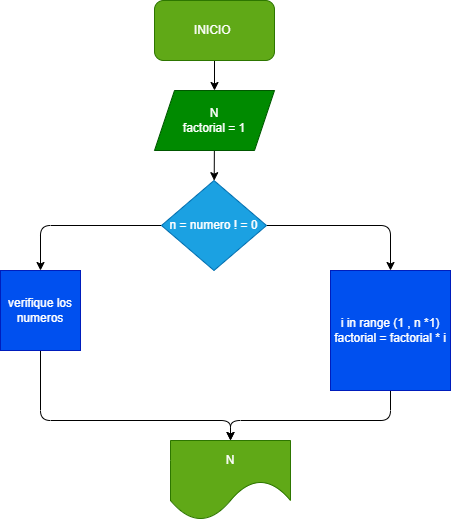
Before: INSTRUCCIONES_REPETITIVAS/Ejercicio_2/diagrama.png, a diagram exported from draw.io (JAIROACARDOZO15/Taller_1). Source tidied: cells renumbered, new cells last; positions are measured from the earlier drawing's top-left corner, leaving out a move shared by most shapes. The source it was exported from:
```xml
<mxGraphModel>
  <root>
    <mxCell id="0" />
    <mxCell id="1" parent="0" />
    <mxCell id="2" style="edgeStyle=none;html=1;" parent="1" edge="1" source="3" target="5">
      <mxGeometry relative="1" as="geometry" />
    </mxCell>
    <mxCell id="3" value="INICIO&amp;nbsp;" style="rounded=1;whiteSpace=wrap;html=1;fillColor=#60a917;fontColor=#ffffff;strokeColor=#2D7600;" parent="1" vertex="1">
      <mxGeometry x="154" width="120" height="60" as="geometry" />
    </mxCell>
    <mxCell id="4" style="edgeStyle=none;html=1;" parent="1" edge="1" source="5" target="8">
      <mxGeometry relative="1" as="geometry" />
    </mxCell>
    <mxCell id="5" value="N&lt;br&gt;factorial = 1" style="shape=parallelogram;perimeter=parallelogramPerimeter;whiteSpace=wrap;html=1;fixedSize=1;fillColor=#008a00;fontColor=#ffffff;strokeColor=#005700;" parent="1" vertex="1">
      <mxGeometry x="154" y="90" width="120" height="60" as="geometry" />
    </mxCell>
    <mxCell id="6" style="edgeStyle=none;html=1;exitX=0;exitY=0.5;exitDx=0;exitDy=0;entryX=0.5;entryY=0;entryDx=0;entryDy=0;" parent="1" edge="1" source="8">
      <mxGeometry relative="1" as="geometry">
        <mxPoint x="40" y="270" as="targetPoint" />
        <Array as="points">
          <mxPoint x="40" y="225" />
        </Array>
      </mxGeometry>
    </mxCell>
    <mxCell id="7" style="edgeStyle=none;html=1;exitX=1;exitY=0.5;exitDx=0;exitDy=0;entryX=0.5;entryY=0;entryDx=0;entryDy=0;" parent="1" edge="1" source="8" target="10">
      <mxGeometry relative="1" as="geometry">
        <Array as="points">
          <mxPoint x="390" y="225" />
        </Array>
      </mxGeometry>
    </mxCell>
    <mxCell id="8" value="n = numero ! = 0" style="rhombus;whiteSpace=wrap;html=1;fillColor=#1ba1e2;fontColor=#ffffff;strokeColor=#006EAF;" parent="1" vertex="1">
      <mxGeometry x="161" y="180" width="105" height="90" as="geometry" />
    </mxCell>
    <mxCell id="9" style="edgeStyle=none;html=1;exitX=0.5;exitY=1;exitDx=0;exitDy=0;entryX=0.5;entryY=0;entryDx=0;entryDy=0;" parent="1" edge="1" source="10" target="13">
      <mxGeometry relative="1" as="geometry">
        <Array as="points">
          <mxPoint x="390" y="420" />
          <mxPoint x="230" y="420" />
        </Array>
      </mxGeometry>
    </mxCell>
    <mxCell id="10" value="i in range (1 , n *1)&lt;br&gt;factorial = factorial * i" style="whiteSpace=wrap;html=1;fillColor=#0050ef;fontColor=#ffffff;strokeColor=#001DBC;" parent="1" vertex="1">
      <mxGeometry x="330" y="270" width="120" height="120" as="geometry" />
    </mxCell>
    <mxCell id="11" style="edgeStyle=none;html=1;exitX=0.5;exitY=1;exitDx=0;exitDy=0;entryX=0.5;entryY=0;entryDx=0;entryDy=0;" parent="1" edge="1" source="12" target="13">
      <mxGeometry relative="1" as="geometry">
        <Array as="points">
          <mxPoint x="40" y="420" />
          <mxPoint x="230" y="420" />
        </Array>
      </mxGeometry>
    </mxCell>
    <mxCell id="12" value="verifique los numeros" style="whiteSpace=wrap;html=1;fillColor=#0050ef;fontColor=#ffffff;strokeColor=#001DBC;" parent="1" vertex="1">
      <mxGeometry y="270" width="80" height="80" as="geometry" />
    </mxCell>
    <mxCell id="13" value="N" style="shape=document;whiteSpace=wrap;html=1;boundedLbl=1;size=0.5;fillColor=#60a917;fontColor=#ffffff;strokeColor=#2D7600;" parent="1" vertex="1">
      <mxGeometry x="170" y="440" width="120" height="80" as="geometry" />
    </mxCell>
  </root>
</mxGraphModel>
```
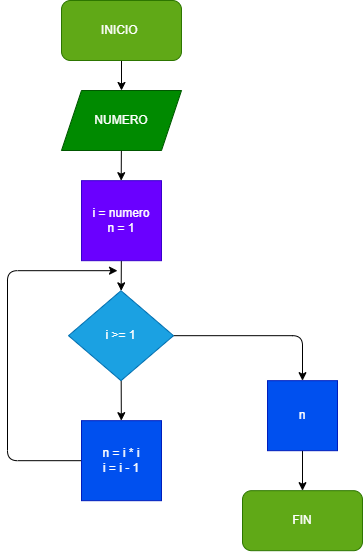
Above is the later version.

Diff of the diagram source:
```diff
@@ -2,60 +2,59 @@
   <root>
     <mxCell id="0" />
     <mxCell id="1" parent="0" />
-    <mxCell id="2" style="edgeStyle=none;html=1;" parent="1" edge="1" source="3" target="5">
-      <mxGeometry relative="1" as="geometry" />
-    </mxCell>
+    <mxCell id="14" style="edgeStyle=none;html=1;exitX=1;exitY=0.5;exitDx=0;exitDy=0;entryX=0.5;entryY=0;entryDx=0;entryDy=0;" parent="1" edge="1" source="16" target="18">
+      <mxGeometry relative="1" as="geometry">
+        <Array as="points">
+          <mxPoint x="395" y="335.2" />
+        </Array>
+      </mxGeometry>
+    </mxCell>
+    <mxCell id="15" style="edgeStyle=none;html=1;" parent="1" edge="1" source="16" target="20">
+      <mxGeometry relative="1" as="geometry" />
+    </mxCell>
+    <mxCell id="16" value="i &amp;gt;= 1" style="rhombus;whiteSpace=wrap;html=1;fillColor=#1ba1e2;fontColor=#ffffff;strokeColor=#006EAF;" parent="1" vertex="1">
+      <mxGeometry x="161" y="290.2" width="105" height="90" as="geometry" />
+    </mxCell>
+    <mxCell id="17" style="edgeStyle=none;html=1;" parent="1" edge="1" source="18" target="26">
+      <mxGeometry relative="1" as="geometry" />
+    </mxCell>
+    <mxCell id="18" value="n" style="whiteSpace=wrap;html=1;fillColor=#0050ef;fontColor=#ffffff;strokeColor=#001DBC;" parent="1" vertex="1">
+      <mxGeometry x="360" y="380.2" width="70" height="70" as="geometry" />
+    </mxCell>
+    <mxCell id="19" style="edgeStyle=none;html=1;exitX=0;exitY=0.5;exitDx=0;exitDy=0;" parent="1" edge="1" source="20">
+      <mxGeometry relative="1" as="geometry">
+        <mxPoint x="210" y="270.2" as="targetPoint" />
+        <Array as="points">
+          <mxPoint x="100" y="460.2" />
+          <mxPoint x="100" y="270.2" />
+        </Array>
+      </mxGeometry>
+    </mxCell>
+    <mxCell id="20" value="n = i * i&lt;br&gt;i = i - 1" style="whiteSpace=wrap;html=1;fillColor=#0050ef;fontColor=#ffffff;strokeColor=#001DBC;" parent="1" vertex="1">
+      <mxGeometry x="174" y="420.2" width="80" height="80" as="geometry" />
+    </mxCell>
+    <mxCell id="21" style="edgeStyle=none;html=1;" parent="1" edge="1" source="22" target="16">
+      <mxGeometry relative="1" as="geometry" />
+    </mxCell>
+    <mxCell id="22" value="i = numero&lt;br&gt;n = 1" style="whiteSpace=wrap;html=1;fillColor=#6a00ff;fontColor=#ffffff;strokeColor=#3700CC;" parent="1" vertex="1">
+      <mxGeometry x="174" y="180.2" width="80" height="80" as="geometry" />
+    </mxCell>
+    <mxCell id="23" style="edgeStyle=none;html=1;" parent="1" edge="1" source="3" target="25">
+      <mxGeometry relative="1" as="geometry" />
+    </mxCell>
     <mxCell id="3" value="INICIO&amp;nbsp;" style="rounded=1;whiteSpace=wrap;html=1;fillColor=#60a917;fontColor=#ffffff;strokeColor=#2D7600;" parent="1" vertex="1">
       <mxGeometry x="154" width="120" height="60" as="geometry" />
     </mxCell>
-    <mxCell id="4" style="edgeStyle=none;html=1;" parent="1" edge="1" source="5" target="8">
-      <mxGeometry relative="1" as="geometry" />
-    </mxCell>
-    <mxCell id="5" value="N&lt;br&gt;factorial = 1" style="shape=parallelogram;perimeter=parallelogramPerimeter;whiteSpace=wrap;html=1;fixedSize=1;fillColor=#008a00;fontColor=#ffffff;strokeColor=#005700;" parent="1" vertex="1">
-      <mxGeometry x="154" y="90" width="120" height="60" as="geometry" />
-    </mxCell>
-    <mxCell id="6" style="edgeStyle=none;html=1;exitX=0;exitY=0.5;exitDx=0;exitDy=0;entryX=0.5;entryY=0;entryDx=0;entryDy=0;" parent="1" edge="1" source="8">
-      <mxGeometry relative="1" as="geometry">
-        <mxPoint x="40" y="270" as="targetPoint" />
-        <Array as="points">
-          <mxPoint x="40" y="225" />
-        </Array>
-      </mxGeometry>
-    </mxCell>
-    <mxCell id="7" style="edgeStyle=none;html=1;exitX=1;exitY=0.5;exitDx=0;exitDy=0;entryX=0.5;entryY=0;entryDx=0;entryDy=0;" parent="1" edge="1" source="8" target="10">
-      <mxGeometry relative="1" as="geometry">
-        <Array as="points">
-          <mxPoint x="390" y="225" />
-        </Array>
-      </mxGeometry>
-    </mxCell>
-    <mxCell id="8" value="n = numero ! = 0" style="rhombus;whiteSpace=wrap;html=1;fillColor=#1ba1e2;fontColor=#ffffff;strokeColor=#006EAF;" parent="1" vertex="1">
-      <mxGeometry x="161" y="180" width="105" height="90" as="geometry" />
-    </mxCell>
-    <mxCell id="9" style="edgeStyle=none;html=1;exitX=0.5;exitY=1;exitDx=0;exitDy=0;entryX=0.5;entryY=0;entryDx=0;entryDy=0;" parent="1" edge="1" source="10" target="13">
-      <mxGeometry relative="1" as="geometry">
-        <Array as="points">
-          <mxPoint x="390" y="420" />
-          <mxPoint x="230" y="420" />
-        </Array>
-      </mxGeometry>
-    </mxCell>
-    <mxCell id="10" value="i in range (1 , n *1)&lt;br&gt;factorial = factorial * i" style="whiteSpace=wrap;html=1;fillColor=#0050ef;fontColor=#ffffff;strokeColor=#001DBC;" parent="1" vertex="1">
-      <mxGeometry x="330" y="270" width="120" height="120" as="geometry" />
-    </mxCell>
-    <mxCell id="11" style="edgeStyle=none;html=1;exitX=0.5;exitY=1;exitDx=0;exitDy=0;entryX=0.5;entryY=0;entryDx=0;entryDy=0;" parent="1" edge="1" source="12" target="13">
-      <mxGeometry relative="1" as="geometry">
-        <Array as="points">
-          <mxPoint x="40" y="420" />
-          <mxPoint x="230" y="420" />
-        </Array>
-      </mxGeometry>
-    </mxCell>
-    <mxCell id="12" value="verifique los numeros" style="whiteSpace=wrap;html=1;fillColor=#0050ef;fontColor=#ffffff;strokeColor=#001DBC;" parent="1" vertex="1">
-      <mxGeometry y="270" width="80" height="80" as="geometry" />
-    </mxCell>
-    <mxCell id="13" value="N" style="shape=document;whiteSpace=wrap;html=1;boundedLbl=1;size=0.5;fillColor=#60a917;fontColor=#ffffff;strokeColor=#2D7600;" parent="1" vertex="1">
-      <mxGeometry x="170" y="440" width="120" height="80" as="geometry" />
-    </mxCell>
+    <mxCell id="24" style="edgeStyle=none;html=1;" parent="1" edge="1" source="25">
+      <mxGeometry relative="1" as="geometry">
+        <mxPoint x="213.7" y="180.2" as="targetPoint" />
+      </mxGeometry>
+    </mxCell>
+    <mxCell id="25" value="NUMERO" style="shape=parallelogram;perimeter=parallelogramPerimeter;whiteSpace=wrap;html=1;fixedSize=1;fillColor=#008a00;fontColor=#ffffff;strokeColor=#005700;" parent="1" vertex="1">
+      <mxGeometry x="154" y="90" width="120" height="60" as="geometry" />
+    </mxCell>
+    <mxCell id="26" value="FIN" style="rounded=1;whiteSpace=wrap;html=1;fillColor=#60a917;fontColor=#ffffff;strokeColor=#2D7600;" parent="1" vertex="1">
+      <mxGeometry x="335" y="490.2" width="120" height="60" as="geometry" />
+    </mxCell>
   </root>
 </mxGraphModel>
```
